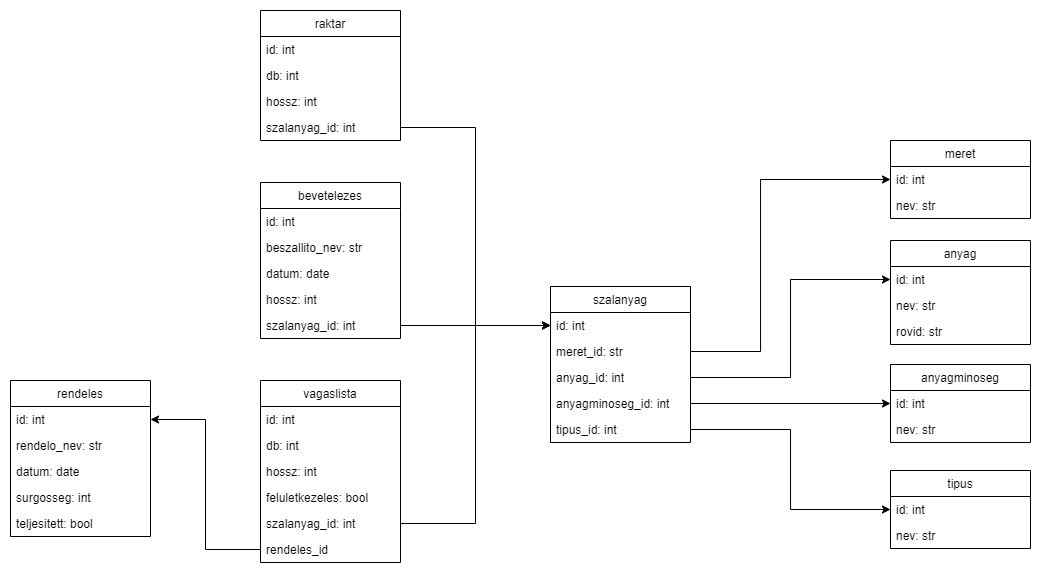
This is adatbazis.png from haliscsharp/szalanyag_kezelo, a draw.io export, as it was before one commit. Source tidied: cells renumbered, new cells last; positions are measured from the earlier drawing's top-left corner, leaving out a move shared by most shapes.
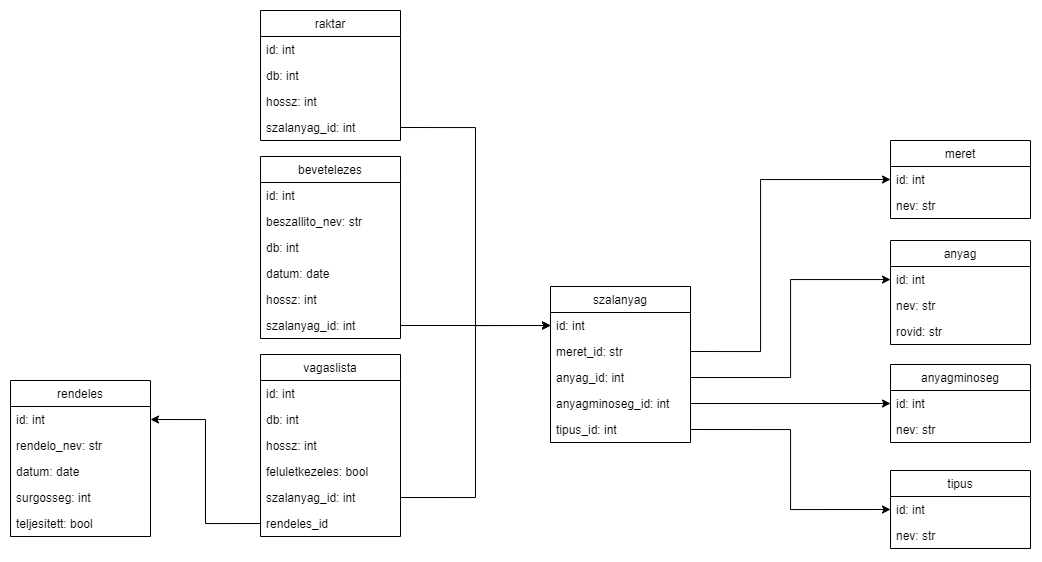
Later version of the same file.

Diff of the diagram source:
```diff
@@ -95,7 +95,7 @@
       <mxGeometry relative="1" as="geometry" />
     </mxCell>
     <mxCell id="31" value="bevetelezes" style="swimlane;fontStyle=0;horizontal=1;startSize=26;fillColor=none;" parent="1" vertex="1">
-      <mxGeometry x="250" y="172" width="140" height="156" as="geometry" />
+      <mxGeometry x="250" y="146" width="140" height="182" as="geometry" />
     </mxCell>
     <mxCell id="32" value="id: int" style="text;strokeColor=none;fillColor=none;align=left;verticalAlign=top;spacingLeft=4;spacingRight=4;overflow=hidden;" parent="31" vertex="1">
       <mxGeometry y="26" width="140" height="26" as="geometry" />
@@ -103,14 +103,17 @@
     <mxCell id="33" value="beszallito_nev: str" style="text;strokeColor=none;fillColor=none;align=left;verticalAlign=top;spacingLeft=4;spacingRight=4;overflow=hidden;" parent="31" vertex="1">
       <mxGeometry y="52" width="140" height="26" as="geometry" />
     </mxCell>
+    <mxCell id="53" value="db: int" style="text;strokeColor=none;fillColor=none;align=left;verticalAlign=top;spacingLeft=4;spacingRight=4;overflow=hidden;" parent="31" vertex="1">
+      <mxGeometry y="78" width="140" height="26" as="geometry" />
+    </mxCell>
     <mxCell id="34" value="datum: date" style="text;strokeColor=none;fillColor=none;align=left;verticalAlign=top;spacingLeft=4;spacingRight=4;overflow=hidden;" parent="31" vertex="1">
-      <mxGeometry y="78" width="140" height="26" as="geometry" />
+      <mxGeometry y="104" width="140" height="26" as="geometry" />
     </mxCell>
     <mxCell id="35" value="hossz: int" style="text;strokeColor=none;fillColor=none;align=left;verticalAlign=top;spacingLeft=4;spacingRight=4;overflow=hidden;" parent="31" vertex="1">
-      <mxGeometry y="104" width="140" height="26" as="geometry" />
+      <mxGeometry y="130" width="140" height="26" as="geometry" />
     </mxCell>
     <mxCell id="36" value="szalanyag_id: int" style="text;strokeColor=none;fillColor=none;align=left;verticalAlign=top;spacingLeft=4;spacingRight=4;overflow=hidden;points=[[0,0.5],[1,0.5]];portConstraint=eastwest;" parent="31" vertex="1">
-      <mxGeometry y="130" width="140" height="26" as="geometry" />
+      <mxGeometry y="156" width="140" height="26" as="geometry" />
     </mxCell>
     <mxCell id="37" style="edgeStyle=orthogonalEdgeStyle;rounded=0;jettySize=auto;html=1;exitX=1;exitY=0.5;exitDx=0;exitDy=0;entryX=0;entryY=0.5;entryDx=0;entryDy=0;" parent="1" edge="1" source="36" target="3">
       <mxGeometry relative="1" as="geometry" />
@@ -134,7 +137,7 @@
       <mxGeometry y="130" width="140" height="26" as="geometry" />
     </mxCell>
     <mxCell id="44" value="vagaslista" style="swimlane;fontStyle=0;horizontal=1;startSize=26;fillColor=none;" parent="1" vertex="1">
-      <mxGeometry x="250" y="370" width="140" height="182" as="geometry" />
+      <mxGeometry x="250" y="344" width="140" height="182" as="geometry" />
     </mxCell>
     <mxCell id="45" value="id: int" style="text;strokeColor=none;fillColor=none;align=left;verticalAlign=top;spacingLeft=4;spacingRight=4;overflow=hidden;" parent="44" vertex="1">
       <mxGeometry y="26" width="140" height="26" as="geometry" />
```
